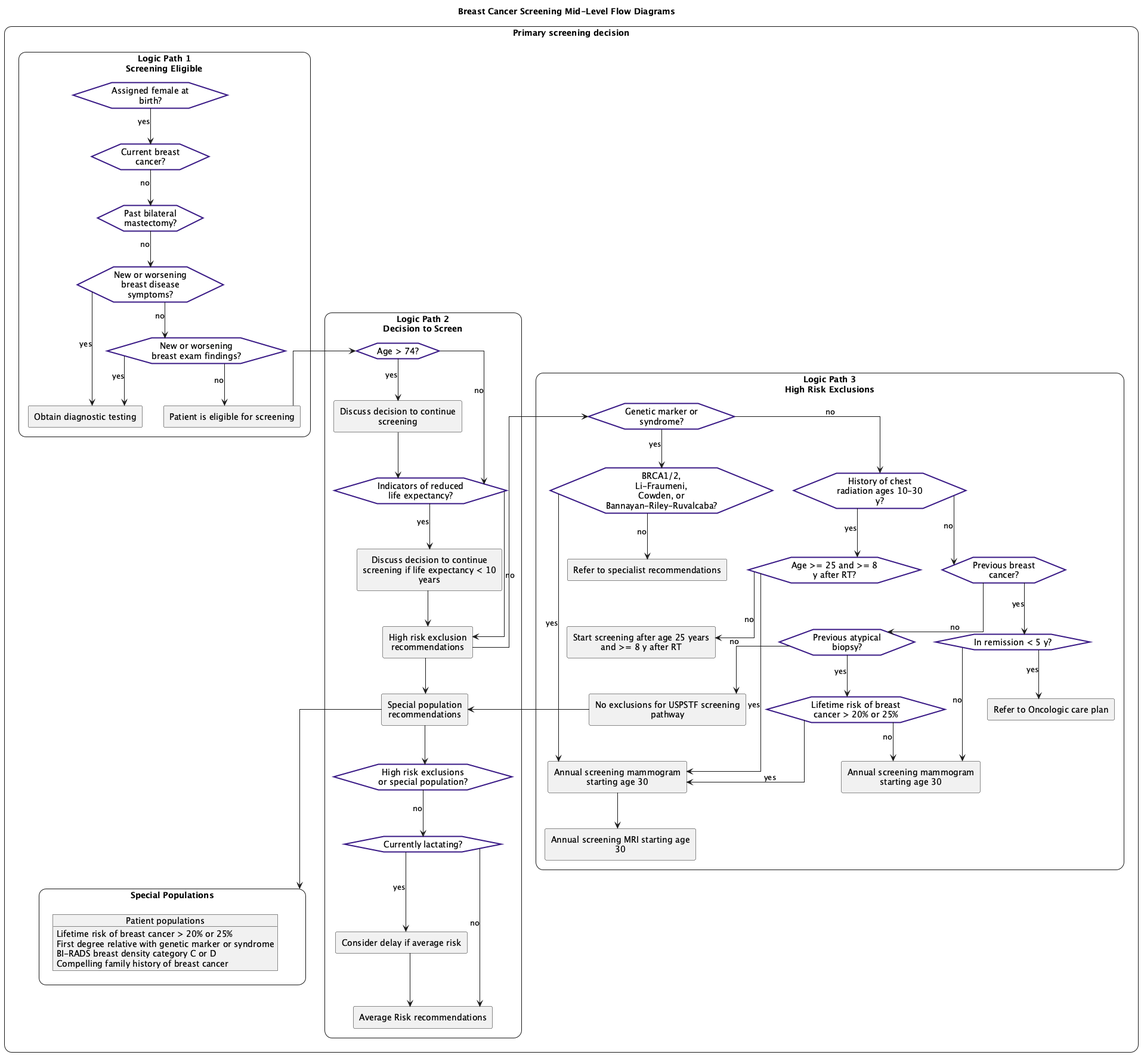
Earlier version of the PlantUML export images/flow-MidLevelPrimaryScreeningDecision.png (ccsm-cds-tools/CDC-Breast-Cancer-Screening-CDS-L2).
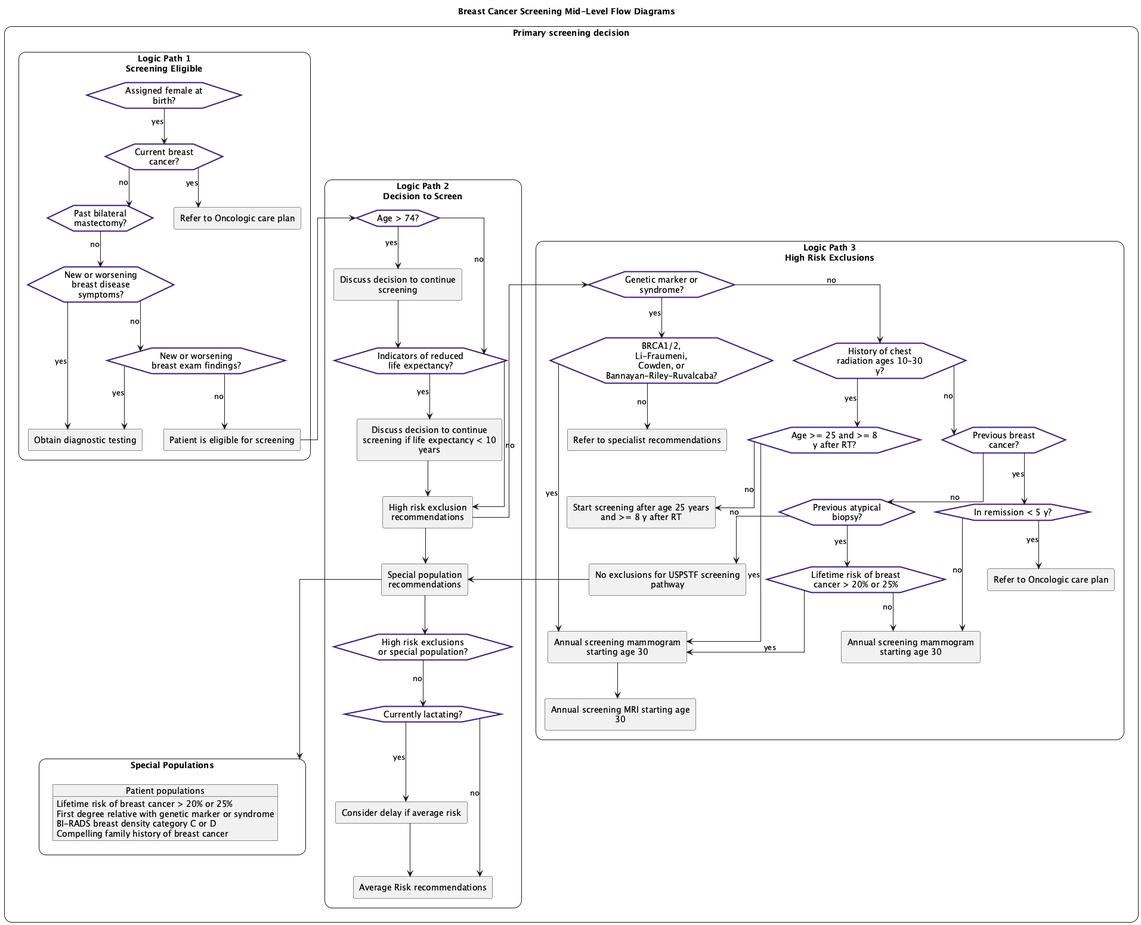
After the change.

The edit, as a diff of the source:
```diff
@@ -38,7 +38,7 @@
         }
     }
 
-    act_eligible-up->eve_AgeOver74
+    act_eligible--up-->eve_AgeOver74
     act_highriskexclusions--left-->eve_geneticrisk
     act_noexclusions->act_specialpop
     act_specialpop--down-->path_sp
```
